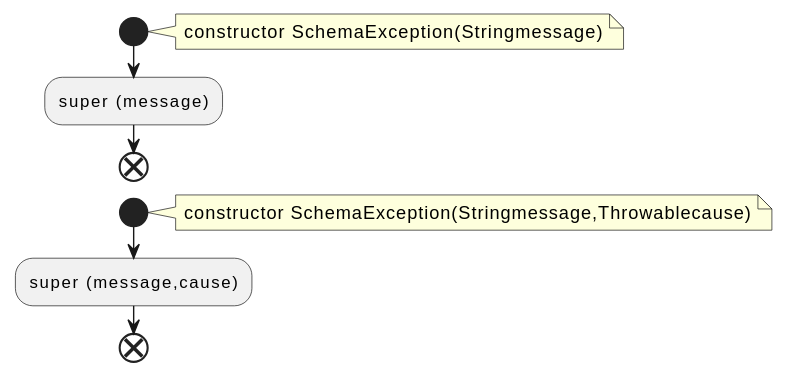
qualitesys/kafka keeps this PlantUML diagram as docs/qc/clients/src/main/java/org/apache/kafka/common/protocol/types/SchemaException.java.fct.svg. Above is the earlier version. The source it was exported from:
```plantuml
@startuml
!pragma layout smetana
start
note right
constructor SchemaException(Stringmessage)
end note
:super (message);
end
start
note right
constructor SchemaException(Stringmessage,Throwablecause)
end note
:super (message,cause);
end
@enduml
```
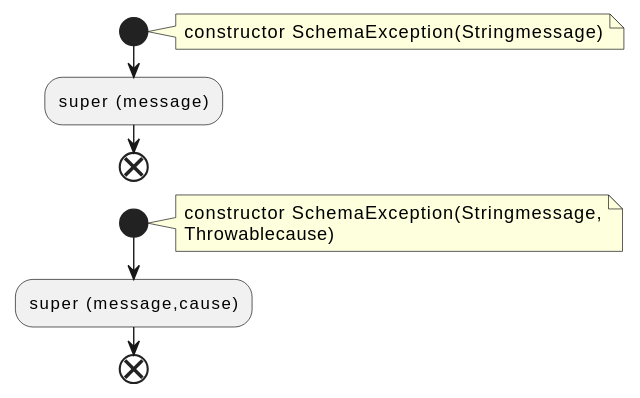
Above is the later version.

The edit, as a diff of the source:
```diff
@@ -8,7 +8,8 @@
 end
 start
 note right
-constructor SchemaException(Stringmessage,Throwablecause)
+constructor SchemaException(Stringmessage,
+Throwablecause)
 end note
 :super (message,cause);
 end
```
